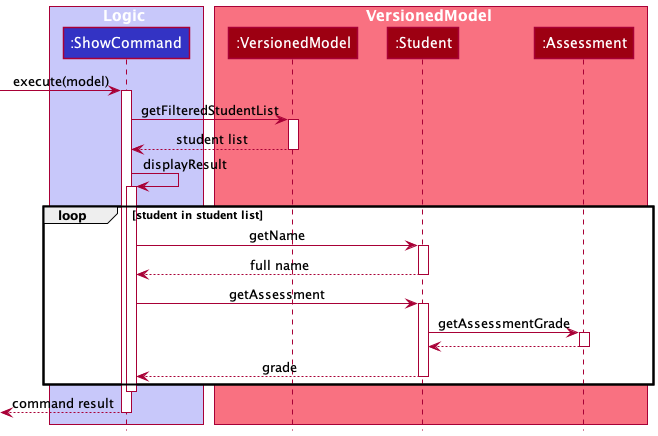
nus-cs2103-AY2122S1/tp keeps this PlantUML diagram as docs/images/dg/logic/commands/showcommand/ShowCommandSequenceDiagram.png. Above is the earlier version.
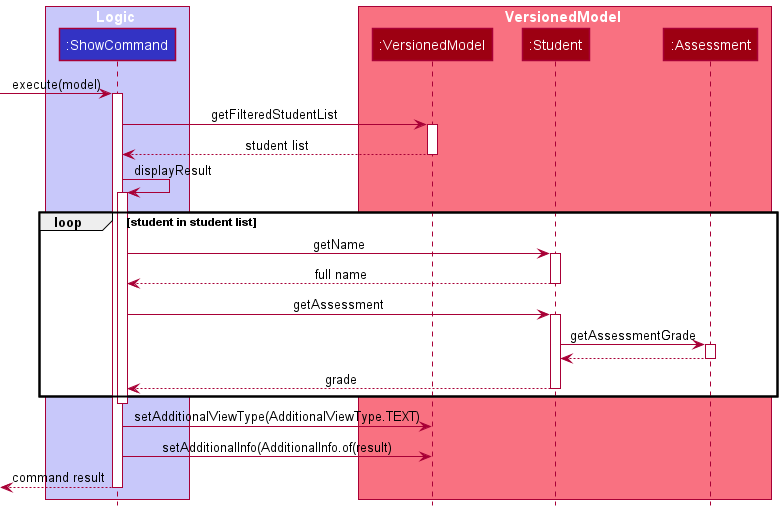
The same file after the commit.

Diff of the diagram source:
```diff
@@ -28,6 +28,9 @@
 end
 deactivate ShowCommand
 
+ShowCommand ->ModelManager : setAdditionalViewType(AdditionalViewType.TEXT)
+ShowCommand -> ModelManager : setAdditionalInfo(AdditionalInfo.of(result)
+
 [<-- ShowCommand -- : command result
 
 @enduml
```
